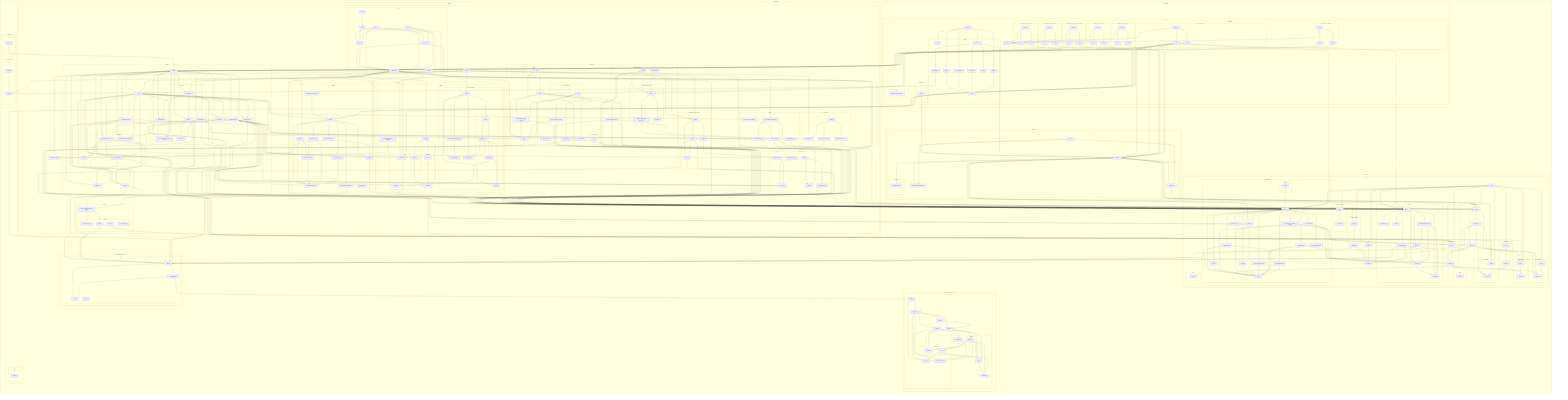
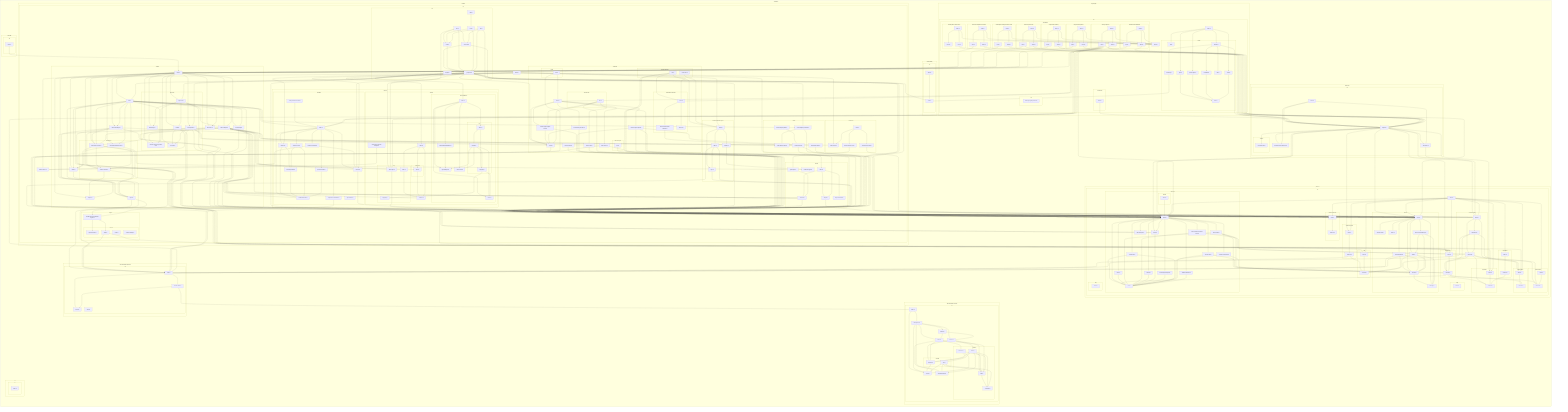
flowchart LR

subgraph 0["packages"]
subgraph 1["cli"]
subgraph 2["src"]
3["index.ts"]
end
end
subgraph 4["client-sdk"]
subgraph 5["src"]
6["firegrid.ts"]
subgraph 7["internal"]
8["projection-wait.ts"]
end
9["operations.ts"]
U["permission-auto-approve.ts"]
26["index.ts"]
end
end
subgraph A["protocol"]
subgraph B["src"]
subgraph C["session-facade"]
D["index.ts"]
H["operations.ts"]
Q["schema.ts"]
end
subgraph E["agent-output"]
F["index.ts"]
G["schema.ts"]
end
subgraph I["agent-tools"]
J["schema.ts"]
V["index.ts"]
end
subgraph K["channels"]
L["core.ts"]
W["index.ts"]
X["event.ts"]
Y["host-control.ts"]
Z["host-sessions-create-or-load.ts"]
10["human.ts"]
11["router.ts"]
12["session-agent-output.ts"]
13["session-log.ts"]
1Q["session-permission.ts"]
1R["session-self.ts"]
1S["state-changes.ts"]
1T["verified-webhook.ts"]
subgraph 47["human"]
48["index.ts"]
end
end
subgraph M["observations"]
N["schema.ts"]
4A["index.ts"]
end
subgraph O["projection"]
P["schema.ts"]
22["index.ts"]
end
subgraph R["launch"]
S["schema.ts"]
T["authority.ts"]
1U["index.ts"]
1V["control-request.ts"]
1Y["host-context-authority.ts"]
1Z["table.ts"]
20["runtime-start.ts"]
21["views.ts"]
end
subgraph 1W["otel"]
1X["row-otel.ts"]
2P["index.ts"]
end
subgraph 23["runtime-ingress"]
24["index.ts"]
25["schema.ts"]
end
subgraph 45["acp"]
46["index.ts"]
end
49["index.ts"]
subgraph 4B["operations"]
4C["index.ts"]
4D["schema.ts"]
end
subgraph 4E["verified-webhook"]
4F["index.ts"]
4G["schema.ts"]
end
subgraph 4H["mcp"]
4I["index.ts"]
end
end
end
subgraph 14["effect-durable-operators"]
subgraph 15["src"]
16["index.ts"]
17["DurableTable.ts"]
18["Errors.ts"]
27["react.ts"]
end
end
subgraph 19["effect-durable-streams"]
subgraph 1A["src"]
1B["index.ts"]
1C["errors.ts"]
1D["namespace.ts"]
1E["Bound.ts"]
1F["Reader.ts"]
subgraph 1G["internal"]
1H["schema.ts"]
1N["sse.ts"]
end
subgraph 1I["protocol"]
1J["Http.ts"]
1K["constants.ts"]
1L["Read.ts"]
1P["Producer.ts"]
end
1M["DurableStream.ts"]
1O["Writer.ts"]
end
end
subgraph 28["host-sdk"]
subgraph 29["src"]
2A["index.ts"]
end
end
subgraph 2B["runtime"]
subgraph 2C["src"]
subgraph 2D["unified"]
2E["index.ts"]
2F["adapter.ts"]
2G["channel-bindings.ts"]
2J["signal.ts"]
subgraph 2Q["subscribers"]
2R["permission-and-tool.ts"]
2T["runtime-context.ts"]
3R["scheduled-webhook-peer.ts"]
end
2S["tables.ts"]
2U["codec-adapter.ts"]
subgraph 37["mcp-host"]
38["runtime-context-mcp-base-url.ts"]
3T["mcp-host.ts"]
3U["toolkit-layer.ts"]
3V["toolkit.ts"]
3W["tool-error.ts"]
3X["tool-dispatch.ts"]
end
39["host-identity.ts"]
3A["host.ts"]
3M["observers.ts"]
end
subgraph 2H["events"]
2I["contract.ts"]
3O["index.ts"]
3P["output.ts"]
3Q["stage-contracts.ts"]
3S["webhook-crypto.ts"]
5K["agent-input.ts"]
end
subgraph 2K["engine"]
2L["durable-streams-workflow-engine.ts"]
subgraph 2M["internal"]
2N["engine-runtime.ts"]
2O["table.ts"]
5I["codec.ts"]
5J["contract-activity.ts"]
end
end
subgraph 2V["sources"]
subgraph 2W["codecs"]
subgraph 2X["acp"]
2Y["index.ts"]
4M["stdio-edge.ts"]
5V["mapping.ts"]
end
2Z["contract.ts"]
subgraph 30["stdio-jsonl"]
31["index.ts"]
end
subgraph 5M["agent-adapters"]
5N["index.ts"]
subgraph 5O["acp"]
5P["index.ts"]
5Q["adapter.ts"]
5U["mapping.ts"]
end
5R["AgentAdapter.ts"]
5S["current-turn.ts"]
5T["errors.ts"]
5W["LanguageModelAdapter.ts"]
end
5X["index.ts"]
5Y["session-byte-stream-adapter.ts"]
end
subgraph 32["sandbox"]
33["SandboxProvider.ts"]
34["secrets.ts"]
3D["index.ts"]
3E["effect-ai.ts"]
3F["internal-provider.ts"]
3G["local-process.ts"]
3H["process-stream.ts"]
3I["runtime-command.ts"]
3K["supervisor-commands.ts"]
5Z["byte-stream.ts"]
60["local-process-from-env.ts"]
end
end
subgraph 35["tables"]
36["codec-adapter-tags.ts"]
3L["codec-adapter-providers.ts"]
3N["runtime-output.ts"]
4X["output-table-layer.ts"]
61["runtime-output-public.ts"]
end
subgraph 3B["channels"]
3C["host-control.ts"]
3Y["router.ts"]
4T["event-channel.ts"]
4U["index.ts"]
4V["session-agent-output-route.ts"]
4W["session-agent-output.ts"]
4Y["session-lifecycle-route.ts"]
4Z["session-log.ts"]
subgraph 50["observation-streams"]
51["index.ts"]
52["runtime-observation-streams.ts"]
53["sources.ts"]
end
subgraph 54["router"]
55["live.ts"]
end
subgraph 56["session-self"]
57["live.ts"]
end
subgraph 58["state-changes"]
59["live.ts"]
end
subgraph 5A["verified-webhook"]
5B["live.ts"]
5H["source-live.ts"]
end
end
3J["runtime-errors.ts"]
subgraph 3Z["transforms"]
40["field-equals.ts"]
62["decode-ingress-row.ts"]
63["decode-output-row.ts"]
64["index.ts"]
end
subgraph 4J["bin"]
4K["_agent-cli.ts"]
4L["_compose.ts"]
4N["_main.ts"]
4O["acp.ts"]
4P["firegrid.ts"]
4Q["host.ts"]
4R["run.ts"]
4S["start.ts"]
end
subgraph 5C["verified-webhook-ingest"]
5D["index.ts"]
5E["adapter.ts"]
5F["keys.ts"]
5G["table.ts"]
end
5L["index.ts"]
end
end
subgraph 41["observability"]
subgraph 42["src"]
43["index.ts"]
44["node.ts"]
end
end
subgraph 65["tiny-firegrid"]
subgraph 66["src"]
subgraph 67["bin"]
68["fake-acp-agent-process.ts"]
end
subgraph 69["experiment"]
6A["index.ts"]
end
6B["index.ts"]
subgraph 6C["runner"]
6D["list.ts"]
6E["perf.ts"]
6F["trace.ts"]
6G["phase1-gate.ts"]
6H["runtime.ts"]
6I["heartbeat.ts"]
6J["side.ts"]
6K["telemetry.ts"]
6L["show.ts"]
end
subgraph 6M["simulations"]
subgraph 6N["channel-completion-contracts"]
6O["driver.ts"]
6P["host.ts"]
6Q["index.ts"]
end
subgraph 6S["child-output-existing-channel-router"]
6T["driver.ts"]
6U["host.ts"]
6V["index.ts"]
end
subgraph 6W["codex-acp-tool-calls"]
6X["driver.ts"]
6Y["host.ts"]
6Z["index.ts"]
end
subgraph 70["comp-derisk-ordering"]
71["driver.ts"]
72["host.ts"]
73["index.ts"]
end
- subgraph 74["control-plane-cancel-close"]
+ subgraph 74["comp-sim-idempotent"]
75["driver.ts"]
76["host.ts"]
77["index.ts"]
end
- subgraph 78["factory-capstone"]
+ subgraph 78["control-plane-cancel-close"]
79["driver.ts"]
7A["host.ts"]
7B["index.ts"]
end
- subgraph 7C["unified-kernel-validation"]
+ subgraph 7C["factory-capstone"]
7D["driver.ts"]
7E["host.ts"]
7F["index.ts"]
+ end
+ subgraph 7G["unified-kernel-validation"]
+ 7H["driver.ts"]
+ 7I["host.ts"]
+ 7J["index.ts"]
end
end
6R["types.ts"]
end
end
end
6-->8
6-->9
6-->U
6-->V
6-->W
6-->11
6-->1U
6-->22
6-->24
6-->D
9-->D
D-->F
D-->H
D-->Q
F-->G
H-->J
H-->L
H-->N
H-->Q
J-->G
J-->L
J-->N
J-->P
Q-->F
Q-->J
Q-->S
Q-->N
Q-->P
S-->T
V-->J
W-->L
W-->X
W-->Y
W-->Z
W-->10
W-->11
W-->12
W-->13
W-->1Q
W-->1R
W-->1S
W-->1T
X-->L
Y-->J
Y-->S
Y-->Q
Y-->L
Z-->Q
Z-->L
10-->L
11-->L
12-->L
13-->L
13-->16
16-->17
16-->18
17-->18
17-->1B
1B-->1C
1B-->1D
1D-->1E
1D-->1M
1D-->1C
1D-->1F
1D-->1O
1E-->1F
1E-->1O
1F-->1H
1F-->1J
1F-->1L
1H-->1C
1J-->1K
1L-->1M
1L-->1H
1L-->1N
1L-->1K
1L-->1J
1N-->1M
1N-->1C
1N-->1K
1N-->1J
1O-->1C
1O-->1H
1O-->1J
1O-->1P
1P-->1C
1P-->1H
1P-->1J
1Q-->J
1Q-->L
1R-->S
1R-->L
1T-->L
1U-->T
1U-->1V
1U-->1Y
1U-->20
1U-->S
1U-->1Z
1U-->21
1V-->1X
1V-->S
1V-->16
1Y-->T
1Y-->S
1Y-->1Z
1Z-->1X
1Z-->T
1Z-->S
1Z-->16
22-->P
24-->25
25-->1X
25-->16
26-->6
26-->9
26-->U
2A-->2E
2E-->2F
2E-->2G
2E-->2U
2E-->39
2E-->3A
2E-->3T
2E-->38
2E-->3X
2E-->3W
2E-->3U
2E-->3V
2E-->3M
2E-->2J
2E-->2R
2E-->2T
2E-->3R
2E-->2S
2G-->2I
2G-->2J
2G-->2R
2G-->2T
2G-->V
2G-->W
2I-->F
2J-->2L
2J-->16
2L-->2N
2L-->2O
2O-->2P
2O-->16
2P-->1X
2R-->2I
2R-->2J
2R-->2S
2R-->2T
2S-->16
2T-->2F
2T-->2J
2U-->2I
2U-->2Y
2U-->2Z
2U-->31
2U-->33
2U-->34
2U-->36
2U-->2F
2U-->38
2U-->1U
2U-->D
2Y-->2Z
31-->2Z
34-->1U
39-->1U
3A-->3C
3A-->2L
3A-->3D
3A-->3L
3A-->2G
3A-->2U
3A-->39
3A-->38
3A-->3M
3A-->2J
3A-->2R
3A-->2T
3A-->3R
3A-->2S
3A-->1U
3C-->W
3C-->1U
3D-->3E
3D-->3G
3D-->3H
3D-->3I
3D-->33
3D-->34
3D-->3K
3E-->3F
3E-->33
3F-->33
3G-->3F
3G-->33
3H-->33
3I-->3J
3I-->34
3K-->16
3L-->36
3L-->1U
3M-->3N
3M-->2R
3N-->3O
3N-->1U
3O-->2I
3O-->3P
3O-->3Q
3P-->D
3R-->3S
3R-->2S
3T-->2U
3T-->38
3T-->3U
3T-->3V
3T-->1U
3V-->3W
3V-->V
3V-->22
3X-->3Y
3X-->40
3X-->2R
3X-->3W
3X-->V
3X-->W
3Y-->11
43-->44
48-->W
49-->F
49-->V
49-->W
49-->1U
49-->4A
49-->4C
49-->2P
49-->22
49-->24
49-->D
49-->4F
4A-->N
4C-->4D
4D-->P
4F-->4G
4K-->4L
4K-->1U
4L-->3Y
4L-->4M
4L-->34
4L-->3L
4L-->3A
4L-->3T
4L-->3X
4L-->44
4L-->W
4L-->1U
4L-->D
4M-->W
4N-->4L
4O-->4M
4O-->4K
4O-->4L
4O-->4N
4Q-->4L
4Q-->4N
4R-->4K
4R-->4L
4R-->4N
4R-->W
4S-->4Q
4T-->W
4U-->3C
4U-->3Y
4U-->4V
4U-->4W
4U-->4Y
4U-->4Z
4V-->3Y
4V-->W
4W-->4X
4W-->W
4W-->1U
4W-->D
4X-->1U
4Y-->3Y
4Y-->W
4Z-->W
51-->52
51-->53
52-->3N
55-->4U
55-->11
57-->3Y
57-->4V
57-->W
57-->1U
59-->W
5B-->5D
5B-->51
5B-->W
5B-->4F
5D-->5E
5D-->5F
5D-->5G
5E-->3S
5F-->4F
5G-->5F
5G-->4F
5G-->16
5H-->5D
5K-->2I
5L-->51
5L-->3P
5L-->3J
5L-->5N
5L-->5X
5L-->3E
5L-->34
5L-->40
5L-->5D
5N-->5P
5N-->5R
5N-->5S
5N-->5T
5N-->5W
5P-->5Q
5P-->5U
5Q-->5R
5Q-->5S
5Q-->5T
5Q-->5U
5U-->5V
5U-->5T
5W-->5R
5X-->2Y
5X-->2Z
5X-->31
5Y-->3J
60-->3D
61-->3N
62-->5K
63-->D
64-->62
64-->63
64-->40
6A-->6
6B-->6D
6B-->6E
6B-->6G
6B-->6H
6B-->6L
6E-->6F
6G-->6F
6H-->6I
6H-->6J
6H-->6K
6H-->6
6I-->6F
6K-->44
6L-->6F
6O-->6
6P-->2E
6Q-->6R
6Q-->6O
6Q-->6P
6T-->6
6U-->2E
6V-->6R
6V-->6T
6V-->6U
6X-->6
6Y-->3D
6Y-->2E
6Z-->6R
6Z-->6X
6Z-->6Y
71-->6
72-->2E
73-->6R
73-->71
73-->72
+ 75-->6
76-->2E
77-->6R
77-->75
77-->76
- 79-->6
- 7A-->W
- 7A-->1U
- 7A-->4U
- 7A-->4M
- 7A-->3D
- 7A-->51
7A-->2E
- 7A-->16
7B-->6R
7B-->79
7B-->7A
7D-->6
+ 7E-->W
+ 7E-->1U
+ 7E-->4U
+ 7E-->4M
+ 7E-->3D
+ 7E-->51
7E-->2E
+ 7E-->16
7F-->6R
7F-->7D
7F-->7E
+ 7H-->6
+ 7I-->2E
+ 7J-->6R
+ 7J-->7H
+ 7J-->7I
